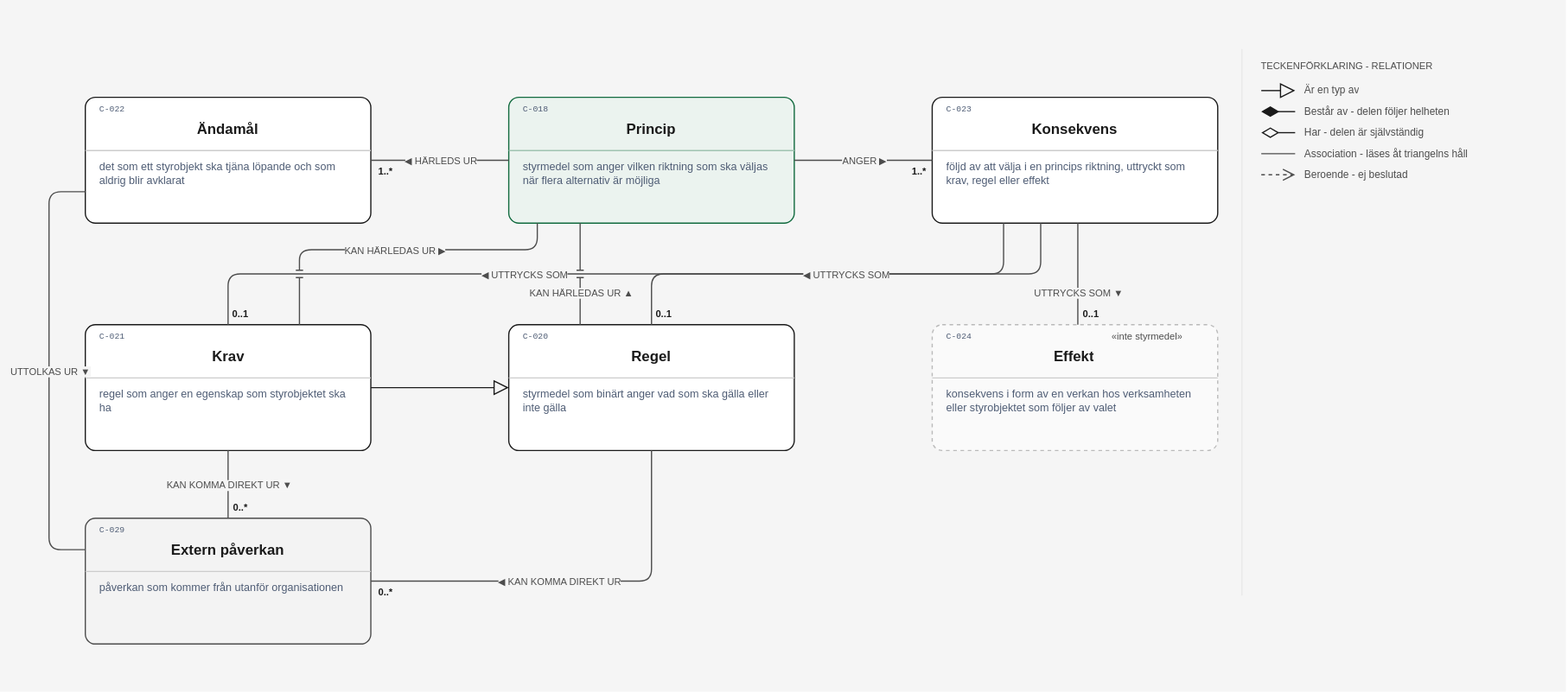
This is layout/Från princip till krav.drawio.svg from nickdin/gestaltadet-katalog, a draw.io export, as it was before one commit. Source tidied: cells renumbered, new cells last; positions are measured from the earlier drawing's top-left corner, leaving out a move shared by most shapes.
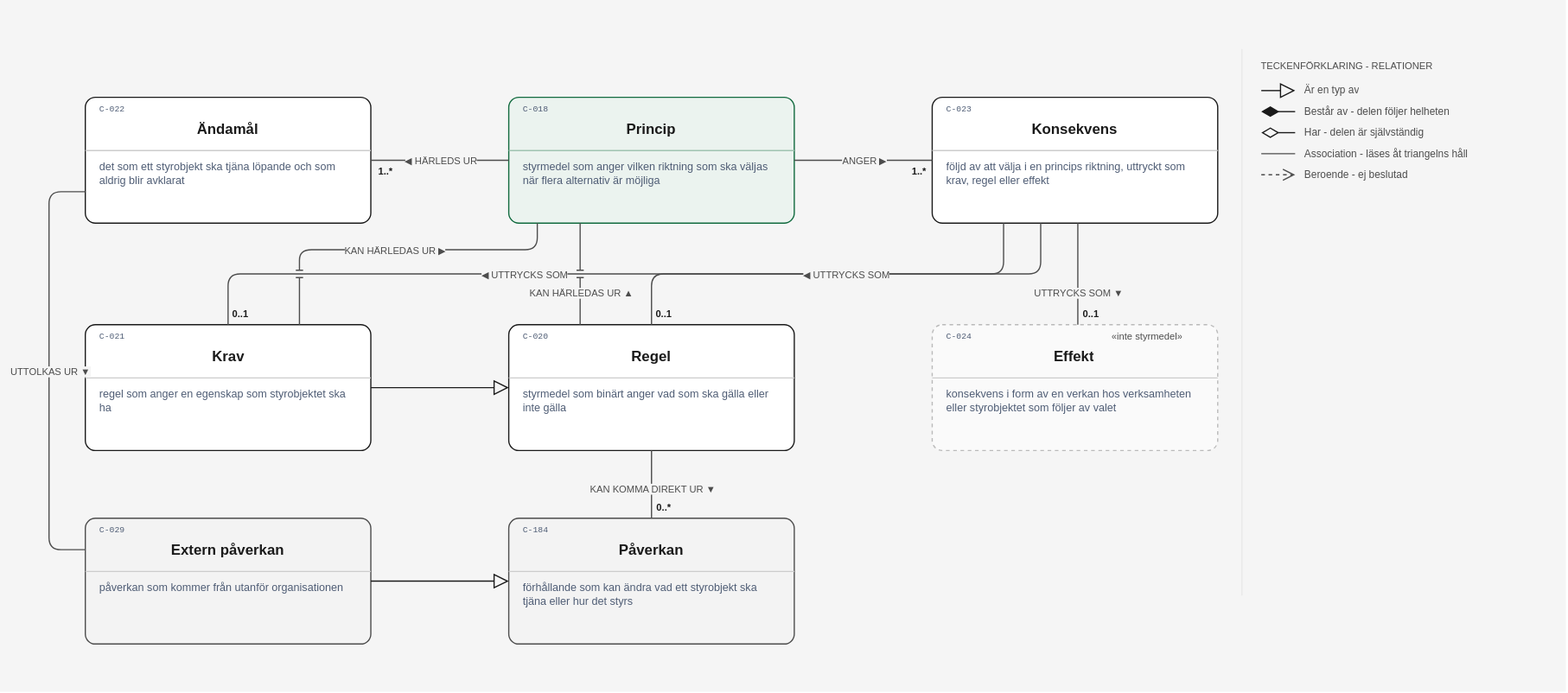
Later version of the same file.

The edit, as a diff of the source:
```diff
@@ -264,26 +264,15 @@
     <mxCell id="72" value="UTTRYCKS SOM ▼" style="edgeLabel;html=1;align=center;verticalAlign=middle;fontFamily=Helvetica;fontSize=8;fontColor=#4d4d4d;fontStyle=0;labelBackgroundColor=#f5f5f5;" parent="70" vertex="1">
       <mxGeometry x="0.36" relative="1" as="geometry" />
     </mxCell>
-    <mxCell id="73" style="edgeStyle=orthogonalEdgeStyle;rounded=1;html=1;strokeColor=#4d4d4d;strokeWidth=1;endArrow=none;endSize=8;entryX=0.5;entryY=0.0;entryDx=0;entryDy=0;exitX=0.5;exitY=1.0;exitDx=0;exitDy=0;jumpStyle=line;" parent="1" edge="1" source="22" target="41">
-      <mxGeometry relative="1" as="geometry" />
-    </mxCell>
-    <mxCell id="74" value="0..*" style="edgeLabel;html=1;align=center;verticalAlign=middle;fontFamily=Helvetica;fontSize=8;fontColor=#1a1a1a;fontStyle=1;labelBackgroundColor=#f5f5f5;" parent="73" vertex="1">
-      <mxGeometry x="1" relative="1" as="geometry">
-        <mxPoint x="9.2" y="-10" as="offset" />
-      </mxGeometry>
-    </mxCell>
-    <mxCell id="75" value="KAN KOMMA DIREKT UR ▼" style="edgeLabel;html=1;align=center;verticalAlign=middle;fontFamily=Helvetica;fontSize=8;fontColor=#4d4d4d;fontStyle=0;labelBackgroundColor=#f5f5f5;" parent="73" vertex="1">
-      <mxGeometry relative="1" as="geometry" />
-    </mxCell>
-    <mxCell id="76" style="edgeStyle=orthogonalEdgeStyle;rounded=1;html=1;strokeColor=#4d4d4d;strokeWidth=1;endArrow=none;endSize=8;entryX=1;entryY=0.5;entryDx=0;entryDy=0;exitX=0.5;exitY=1;exitDx=0;exitDy=0;jumpStyle=line;" parent="1" edge="1" source="28" target="41">
+    <mxCell id="76" style="edgeStyle=orthogonalEdgeStyle;rounded=1;html=1;strokeColor=#4d4d4d;strokeWidth=1;endArrow=none;endSize=8;entryX=0.5;entryY=0;entryDx=0;entryDy=0;exitX=0.5;exitY=1;exitDx=0;exitDy=0;jumpStyle=line;" parent="1" edge="1" source="28" target="87">
       <mxGeometry relative="1" as="geometry" />
     </mxCell>
     <mxCell id="77" value="0..*" style="edgeLabel;html=1;align=center;verticalAlign=middle;fontFamily=Helvetica;fontSize=8;fontColor=#1a1a1a;fontStyle=1;labelBackgroundColor=#f5f5f5;" parent="76" vertex="1">
       <mxGeometry x="1" relative="1" as="geometry">
-        <mxPoint x="11.2" y="8" as="offset" />
+        <mxPoint x="9.2" y="-10" as="offset" />
       </mxGeometry>
     </mxCell>
-    <mxCell id="78" value="◀ KAN KOMMA DIREKT UR" style="edgeLabel;html=1;align=center;verticalAlign=middle;fontFamily=Helvetica;fontSize=8;fontColor=#4d4d4d;fontStyle=0;labelBackgroundColor=#f5f5f5;" parent="76" vertex="1">
+    <mxCell id="78" value="KAN KOMMA DIREKT UR ▼" style="edgeLabel;html=1;align=center;verticalAlign=middle;fontFamily=Helvetica;fontSize=8;fontColor=#4d4d4d;fontStyle=0;labelBackgroundColor=#f5f5f5;" parent="76" vertex="1">
       <mxGeometry x="0.09" relative="1" as="geometry" />
     </mxCell>
     <mxCell id="79" style="edgeStyle=orthogonalEdgeStyle;rounded=1;html=1;strokeColor=#1a1a1a;strokeWidth=1;endArrow=block;endFill=0;endSize=10;jumpStyle=line;exitX=1;exitY=0.5;exitDx=0;exitDy=0;entryX=0;entryY=0.5;entryDx=0;entryDy=0;" parent="1" edge="1" source="22" target="28">
@@ -317,5 +306,29 @@
     <mxCell id="85" value="UTTOLKAS UR ▼" style="edgeLabel;html=1;align=center;verticalAlign=middle;fontFamily=Helvetica;fontSize=8;fontColor=#4d4d4d;fontStyle=0;labelBackgroundColor=#f5f5f5;" parent="84" vertex="1">
       <mxGeometry relative="1" as="geometry" />
     </mxCell>
+    <mxCell id="86" style="group;" parent="1" vertex="1">
+      <mxGeometry x="420" y="428" width="236" height="104" as="geometry" />
+    </mxCell>
+    <mxCell id="87" style="rounded=1;arcSize=8;whiteSpace=wrap;html=1;fillColor=#f3f3f3;strokeColor=#4d4d4d;strokeWidth=1;" parent="86" vertex="1">
+      <mxGeometry width="236" height="104" as="geometry" />
+    </mxCell>
+    <mxCell id="88" value="Påverkan" style="text;html=1;strokeColor=none;fillColor=none;align=center;verticalAlign=middle;whiteSpace=wrap;overflow=hidden;fontFamily=Helvetica;fontSize=12;fontColor=#1a1a1a;fontStyle=1;spacing=0;" parent="86" vertex="1">
+      <mxGeometry x="49.2" y="18" width="137.6" height="18" as="geometry" />
+    </mxCell>
+    <mxCell id="89" style="endArrow=none;html=1;strokeColor=#cccccc;" parent="86" edge="1">
+      <mxGeometry relative="1" as="geometry">
+        <mxPoint y="44" as="sourcePoint" />
+        <mxPoint x="236" y="44" as="targetPoint" />
+      </mxGeometry>
+    </mxCell>
+    <mxCell id="90" value="C-184" style="text;html=1;strokeColor=none;fillColor=none;align=left;verticalAlign=middle;whiteSpace=wrap;overflow=hidden;fontFamily=Courier New;fontSize=7;fontColor=#4f5d75;spacing=0;" parent="86" vertex="1">
+      <mxGeometry x="12" y="5" width="60" height="10" as="geometry" />
+    </mxCell>
+    <mxCell id="91" value="förhållande som kan ändra vad ett styrobjekt ska tjäna eller hur det styrs" style="text;html=1;strokeColor=none;fillColor=none;align=left;verticalAlign=top;whiteSpace=wrap;overflow=hidden;fontFamily=Helvetica;fontSize=9;fontColor=#4f5d75;spacing=0;spacingTop=0;" parent="86" vertex="1">
+      <mxGeometry x="12" y="48" width="212" height="26" as="geometry" />
+    </mxCell>
+    <mxCell id="92" style="edgeStyle=orthogonalEdgeStyle;rounded=1;html=1;strokeColor=#1a1a1a;strokeWidth=1;endArrow=block;endFill=0;endSize=10;jumpStyle=line;exitX=1;exitY=0.5;exitDx=0;exitDy=0;entryX=0;entryY=0.5;entryDx=0;entryDy=0;" parent="1" edge="1" source="41" target="87">
+      <mxGeometry relative="1" as="geometry" />
+    </mxCell>
   </root>
 </mxGraphModel>
```
